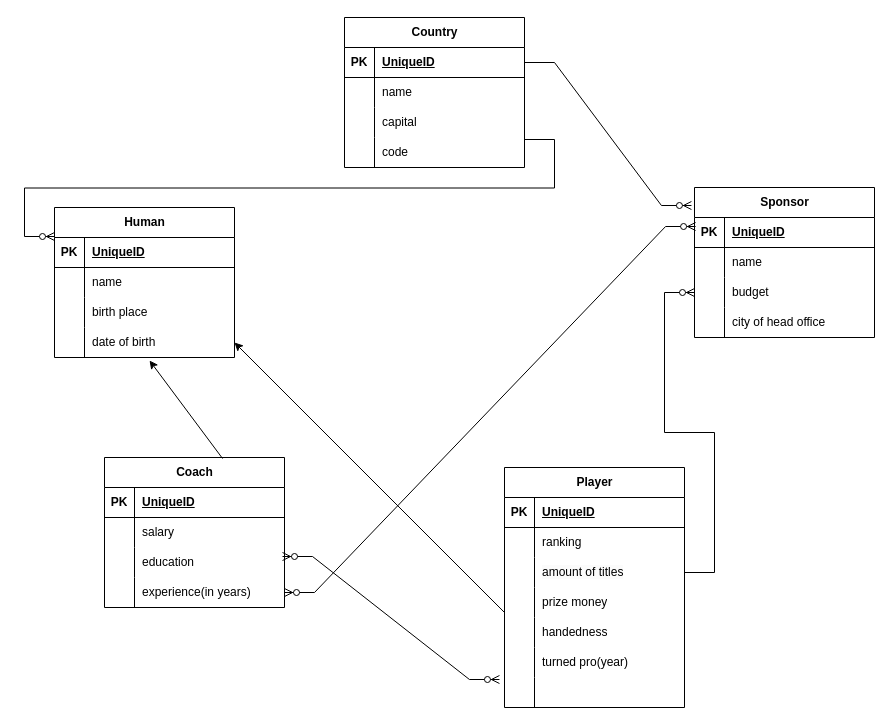
IraHiltunen/git-demo keeps this draw.io diagram as Untitled Diagram.drawio. Above is the earlier version. Source tidied: cells renumbered, new cells numbered last; positions are measured from the earlier drawing's top-left corner, leaving out a move shared by most shapes. Both pictures are drawn from the tidied source at 100%, with x=0, y=0 at pixel (54, 17).
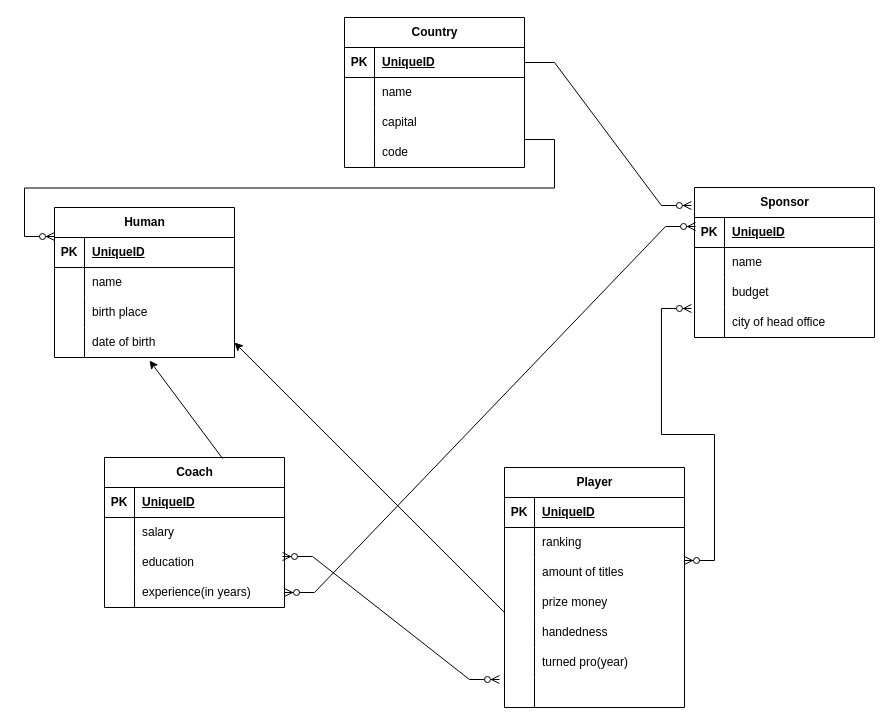
After the change.

Unchanged cells that the change refers to:
```xml
<mxCell id="9" style="shape=tableRow;horizontal=0;startSize=0;swimlaneHead=0;swimlaneBody=0;fillColor=none;points=[[0,0.5],[1,0.5]];portConstraint=eastwest;top=0;left=0;right=0;bottom=0;" parent="2" vertex="1">
  <mxGeometry y="90" width="180" height="30" as="geometry" />
</mxCell>
<mxCell id="31" style="shape=tableRow;horizontal=0;startSize=0;swimlaneHead=0;swimlaneBody=0;fillColor=none;points=[[0,0.5],[1,0.5]];portConstraint=eastwest;top=0;left=0;right=0;bottom=0;" parent="24" vertex="1">
  <mxGeometry y="90" width="180" height="30" as="geometry" />
</mxCell>
<mxCell id="34" style="shape=tableRow;horizontal=0;startSize=0;swimlaneHead=0;swimlaneBody=0;fillColor=none;points=[[0,0.5],[1,0.5]];portConstraint=eastwest;top=0;left=0;right=0;bottom=0;" parent="24" vertex="1">
  <mxGeometry y="120" width="180" height="30" as="geometry" />
</mxCell>
```

Change to the diagram source:
```diff
@@
-    <mxCell id="81" style="edgeStyle=entityRelationEdgeStyle;fontSize=12;html=1;endArrow=ERzeroToMany;endFill=1;rounded=0;exitX=1;exitY=0.5;exitDx=0;exitDy=0;entryX=0;entryY=0.5;entryDx=0;entryDy=0;" parent="1" edge="1" source="9" target="31">
-      <mxGeometry relative="1" as="geometry" />
-    </mxCell>
@@
+    <mxCell id="83" style="edgeStyle=entityRelationEdgeStyle;fontSize=12;html=1;endArrow=ERzeroToMany;endFill=1;startArrow=ERzeroToMany;rounded=0;exitX=1;exitY=0.1;exitDx=0;exitDy=0;entryX=-0.017;entryY=0.033;entryDx=0;entryDy=0;entryPerimeter=0;exitPerimeter=0;" parent="1" edge="1" source="9" target="34">
+      <mxGeometry relative="1" as="geometry">
+        <Array as="points">
+          <mxPoint x="1400" y="455" />
+          <mxPoint x="1400" y="345" />
+          <mxPoint x="1000" y="210" />
+          <mxPoint x="1100" y="120" />
+          <mxPoint x="720" y="320" />
+        </Array>
+      </mxGeometry>
+    </mxCell>
```
